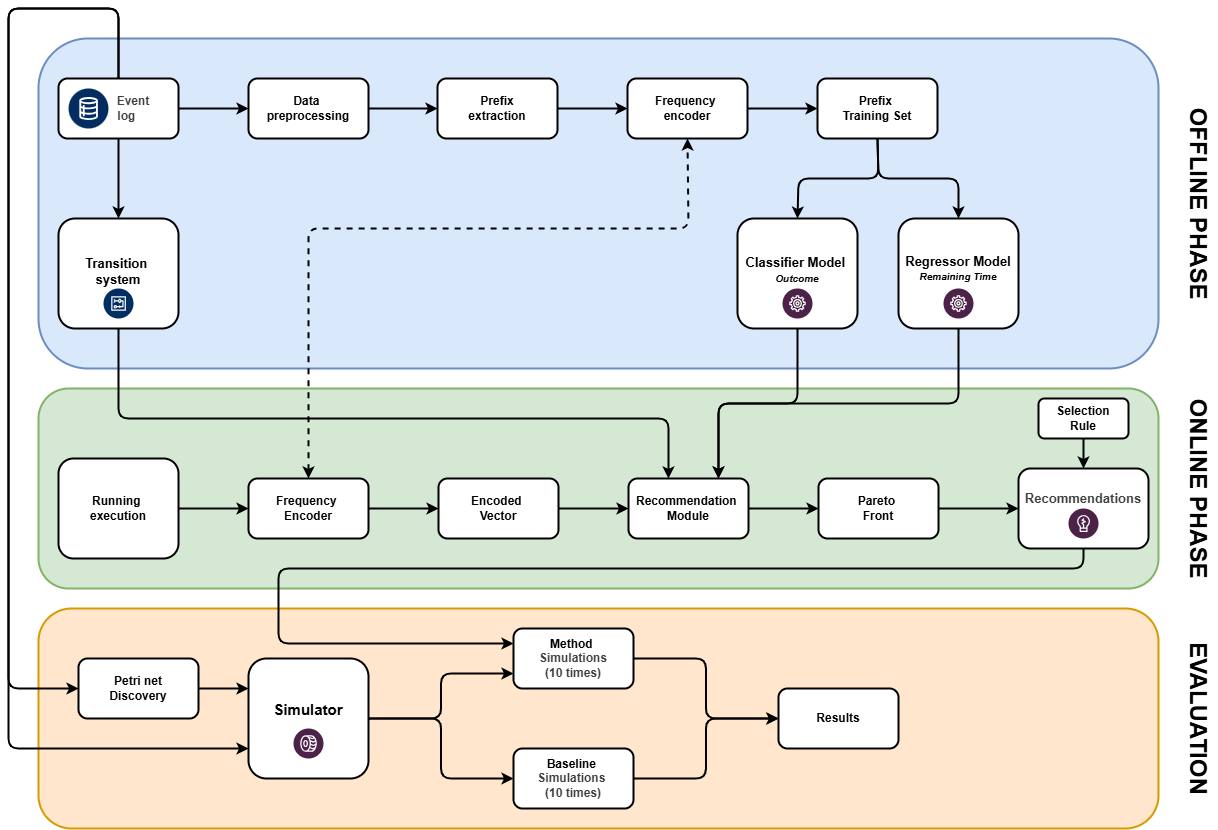
This is multi_obj/diagramma.drawio.png from danielegelmini/Code, a draw.io export, as it was before one commit. Source tidied: cells renumbered, new cells last; positions are measured from the earlier drawing's top-left corner, leaving out a move shared by most shapes.
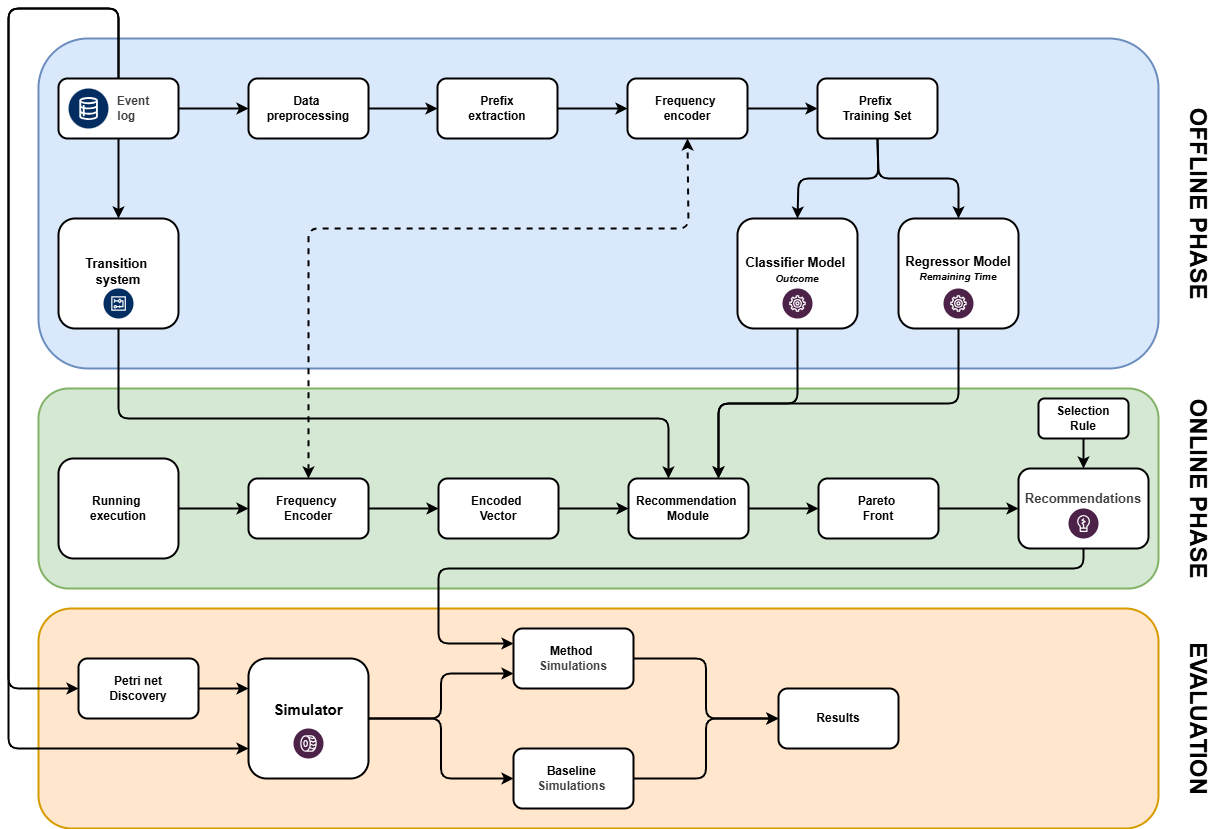
The same diagram one commit later.

Diff of the diagram source:
```diff
@@ -23,13 +23,13 @@
     <mxCell id="8" style="edgeStyle=orthogonalEdgeStyle;html=1;exitX=1;exitY=0.5;exitDx=0;exitDy=0;entryX=0;entryY=0.5;entryDx=0;entryDy=0;strokeWidth=2;fontStyle=1;" parent="1" edge="1" source="9" target="12">
       <mxGeometry relative="1" as="geometry" />
     </mxCell>
-    <mxCell id="9" value="&lt;span style=&quot;scrollbar-color: rgb(226, 226, 226) rgb(251, 251, 251); color: rgb(0, 0, 0);&quot;&gt;&lt;span&gt;Method&amp;nbsp;&lt;/span&gt;&lt;/span&gt;&lt;div style=&quot;scrollbar-color: rgb(226, 226, 226) rgb(251, 251, 251); color: rgb(63, 63, 63);&quot;&gt;&lt;span&gt;Simulations&lt;/span&gt;&lt;/div&gt;&lt;div style=&quot;scrollbar-color: rgb(226, 226, 226) rgb(251, 251, 251); color: rgb(63, 63, 63);&quot;&gt;&lt;span&gt;(10 times)&lt;/span&gt;&lt;/div&gt;" style="rounded=1;whiteSpace=wrap;html=1;flipH=1;flipV=1;direction=east;strokeWidth=2;fontStyle=1;" parent="1" vertex="1">
+    <mxCell id="9" value="&lt;span style=&quot;scrollbar-color: rgb(226, 226, 226) rgb(251, 251, 251); color: rgb(0, 0, 0);&quot;&gt;&lt;span&gt;Method&amp;nbsp;&lt;/span&gt;&lt;/span&gt;&lt;div style=&quot;scrollbar-color: rgb(226, 226, 226) rgb(251, 251, 251); color: rgb(63, 63, 63);&quot;&gt;&lt;span&gt;Simulations&lt;/span&gt;&lt;/div&gt;" style="rounded=1;whiteSpace=wrap;html=1;flipH=1;flipV=1;direction=east;strokeWidth=2;fontStyle=1;" parent="1" vertex="1">
       <mxGeometry x="505" y="620" width="120" height="60" as="geometry" />
     </mxCell>
     <mxCell id="10" style="edgeStyle=orthogonalEdgeStyle;html=1;exitX=1;exitY=0.5;exitDx=0;exitDy=0;entryX=0;entryY=0.5;entryDx=0;entryDy=0;strokeWidth=2;fontStyle=1;" parent="1" edge="1" source="11" target="12">
       <mxGeometry relative="1" as="geometry" />
     </mxCell>
-    <mxCell id="11" value="&lt;span style=&quot;color: rgb(0, 0, 0);&quot;&gt;&lt;span&gt;Baseline&amp;nbsp;&lt;/span&gt;&lt;/span&gt;&lt;div style=&quot;color: rgb(63, 63, 63); scrollbar-color: rgb(226, 226, 226) rgb(251, 251, 251);&quot;&gt;&lt;span&gt;Simulations&amp;nbsp;&lt;/span&gt;&lt;/div&gt;&lt;div style=&quot;color: rgb(63, 63, 63); scrollbar-color: rgb(226, 226, 226) rgb(251, 251, 251);&quot;&gt;&lt;span&gt;(10 times)&lt;/span&gt;&lt;/div&gt;" style="rounded=1;whiteSpace=wrap;html=1;flipH=1;flipV=1;direction=east;strokeWidth=2;fontStyle=1;" parent="1" vertex="1">
+    <mxCell id="11" value="&lt;span style=&quot;color: rgb(0, 0, 0);&quot;&gt;&lt;span&gt;Baseline&amp;nbsp;&lt;/span&gt;&lt;/span&gt;&lt;div style=&quot;color: rgb(63, 63, 63); scrollbar-color: rgb(226, 226, 226) rgb(251, 251, 251);&quot;&gt;&lt;span&gt;Simulations&amp;nbsp;&lt;/span&gt;&lt;/div&gt;" style="rounded=1;whiteSpace=wrap;html=1;flipH=1;flipV=1;direction=east;strokeWidth=2;fontStyle=1;" parent="1" vertex="1">
       <mxGeometry x="505" y="740" width="120" height="60" as="geometry" />
     </mxCell>
     <mxCell id="12" value="Results" style="rounded=1;whiteSpace=wrap;html=1;flipH=1;flipV=1;direction=east;strokeWidth=2;fontStyle=1;" parent="1" vertex="1">
@@ -129,8 +129,8 @@
       <mxGeometry relative="1" as="geometry">
         <Array as="points">
           <mxPoint x="1075" y="560" />
-          <mxPoint x="270" y="560" />
-          <mxPoint x="270" y="635" />
+          <mxPoint x="430" y="560" />
+          <mxPoint x="430" y="635" />
         </Array>
       </mxGeometry>
     </mxCell>
```
